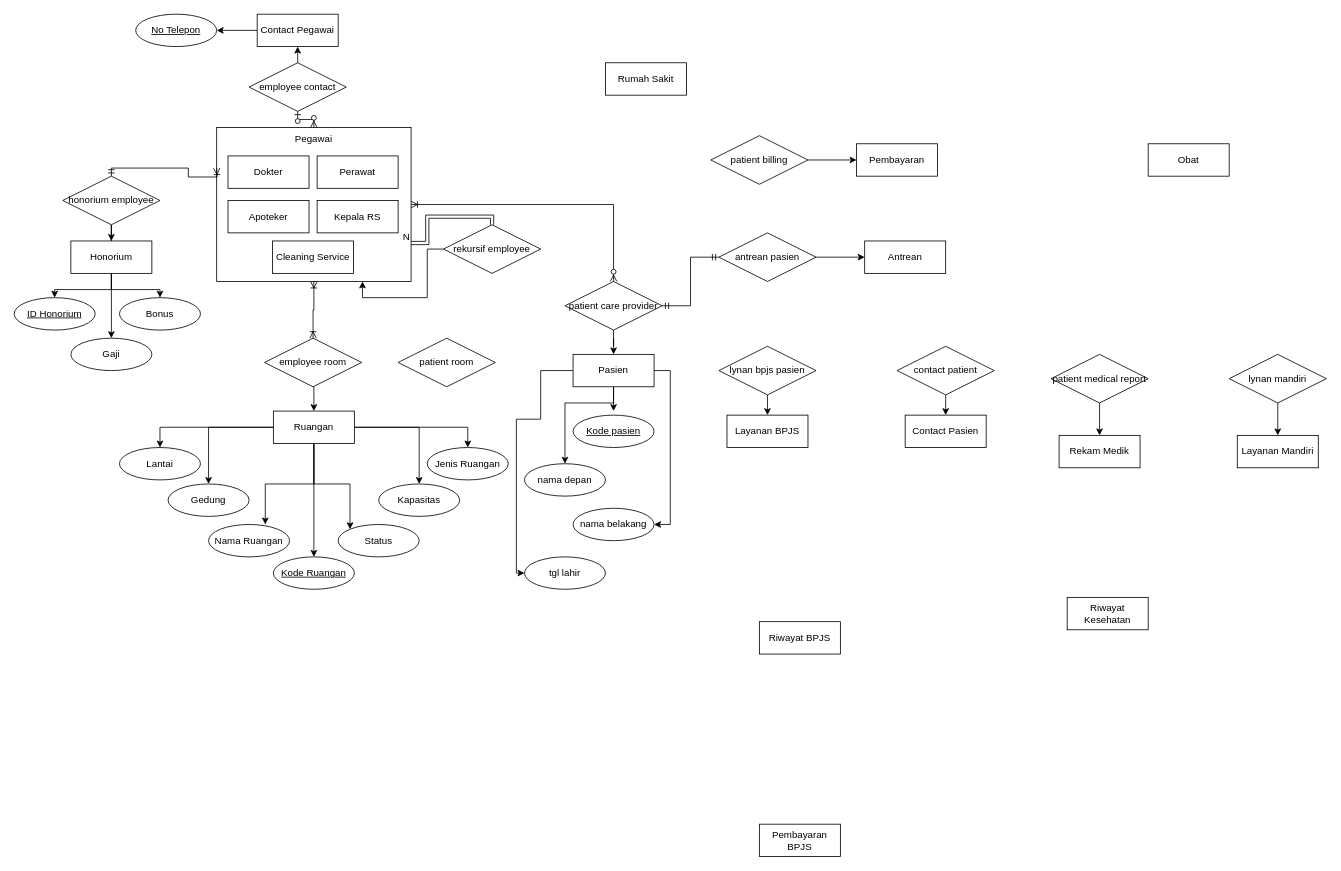
The draw.io diagram Diagram Tanpa Judul.drawio in lsawfa/ERD-BasisData, before the edit. Source tidied: cells renumbered, new cells numbered last; positions are measured from the earlier drawing's top-left corner, leaving out a move shared by most shapes. Both pictures are drawn from the tidied source at 81%, with x=0, y=0 at pixel (14, 14).
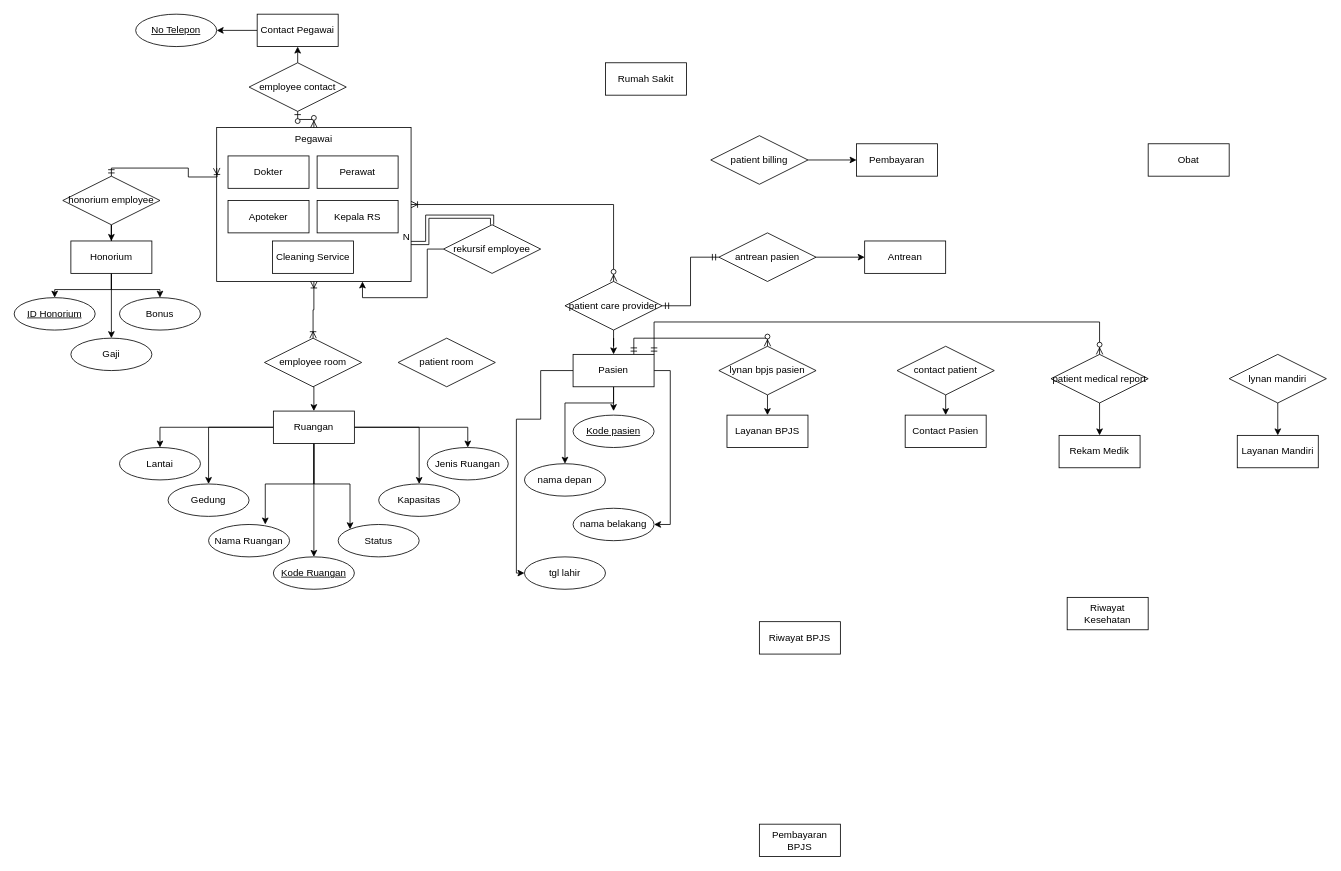
Above is the later version.

The change refers to these unchanged cells:
```xml
<mxCell id="45" value="Pasien" style="whiteSpace=wrap;html=1;align=center;" parent="1" vertex="1">
  <mxGeometry x="690" y="420" width="100" height="40" as="geometry" />
</mxCell>
<mxCell id="70" value="lynan bpjs pasien" style="shape=rhombus;perimeter=rhombusPerimeter;whiteSpace=wrap;html=1;align=center;" parent="1" vertex="1">
  <mxGeometry x="870" y="410" width="120" height="60" as="geometry" />
</mxCell>
<mxCell id="76" value="patient medical report" style="shape=rhombus;perimeter=rhombusPerimeter;whiteSpace=wrap;html=1;align=center;" parent="1" vertex="1">
  <mxGeometry x="1280" y="420" width="120" height="60" as="geometry" />
</mxCell>
```

What changed in the source:
```diff
@@
+    <mxCell id="83" style="edgeStyle=orthogonalEdgeStyle;fontSize=12;html=1;endArrow=ERzeroToMany;startArrow=ERmandOne;rounded=0;exitX=0.75;exitY=0;exitDx=0;exitDy=0;entryX=0.5;entryY=0;entryDx=0;entryDy=0;" parent="1" edge="1" source="45" target="70">
+      <mxGeometry relative="1" as="geometry" />
+    </mxCell>
+    <mxCell id="84" style="edgeStyle=orthogonalEdgeStyle;fontSize=12;html=1;endArrow=ERzeroToMany;startArrow=ERmandOne;rounded=0;exitX=1;exitY=0;exitDx=0;exitDy=0;entryX=0.5;entryY=0;entryDx=0;entryDy=0;" parent="1" edge="1" source="45" target="76">
+      <mxGeometry relative="1" as="geometry">
+        <Array as="points">
+          <mxPoint x="790" y="380" />
+          <mxPoint x="1340" y="380" />
+        </Array>
+      </mxGeometry>
+    </mxCell>
```
